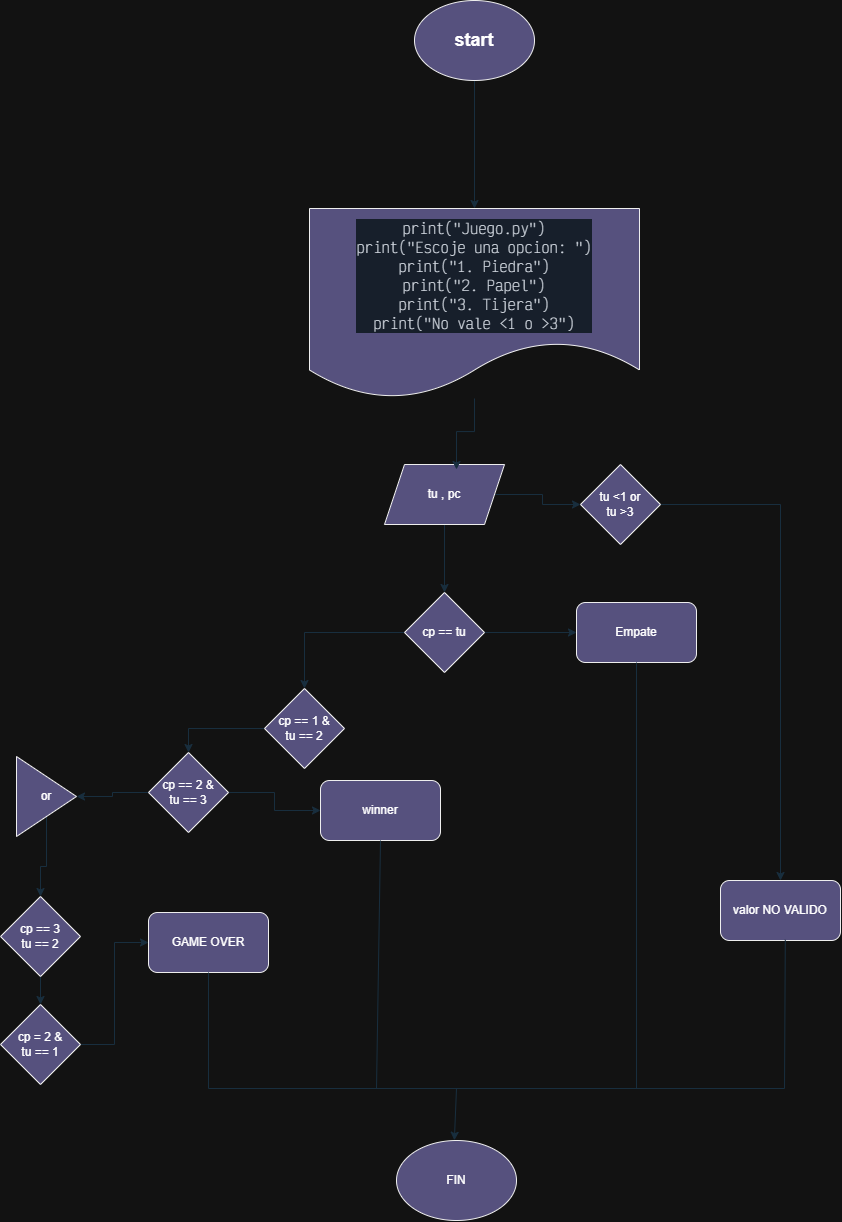
This is diagrama.drawio.png from AlfonzoDebian/Juego-Random, a draw.io export, as it was before one commit. Source tidied: cells renumbered, new cells last; positions are measured from the earlier drawing's top-left corner, leaving out a move shared by most shapes.
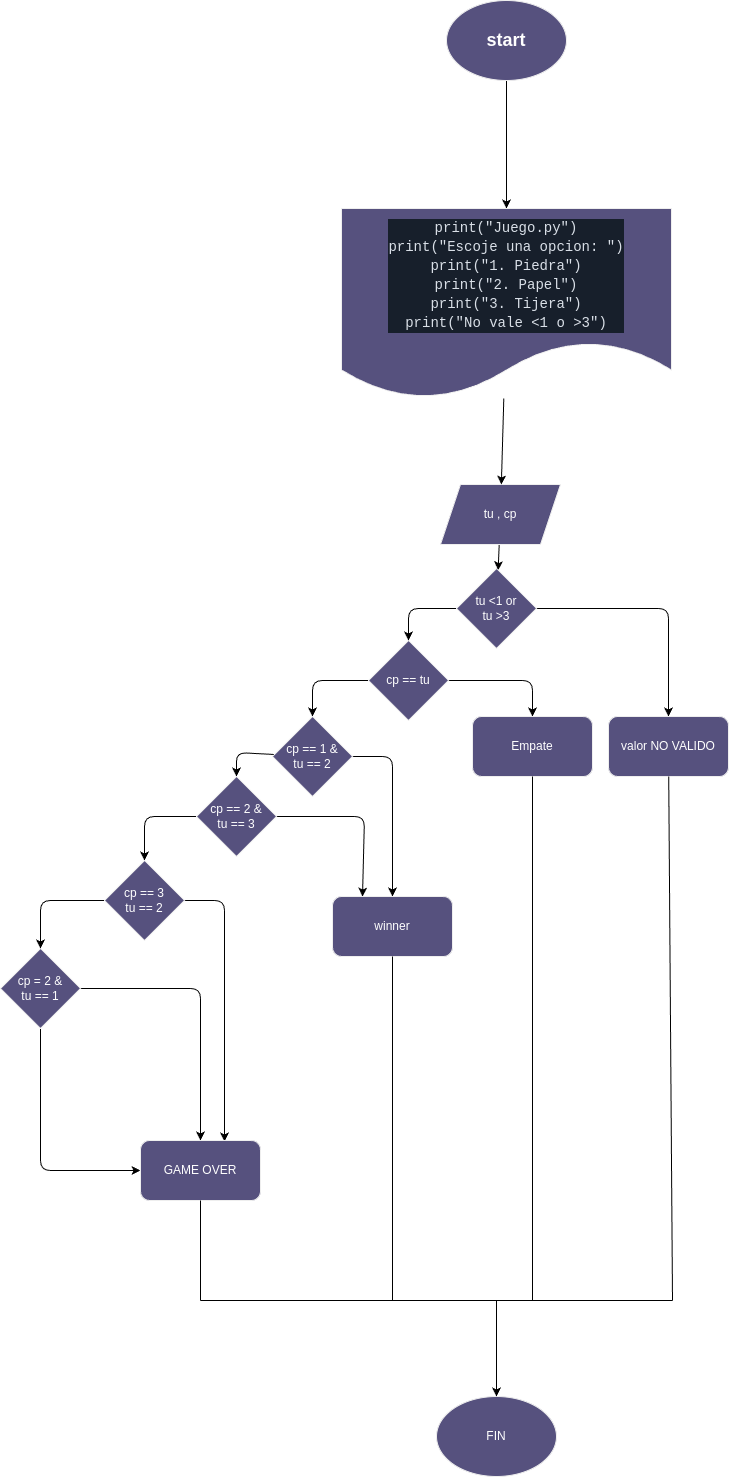
The same file after the commit.

Change to the diagram source:
```diff
@@ -2,126 +2,176 @@
   <root>
     <mxCell id="0" />
     <mxCell id="1" parent="0" />
-    <mxCell id="2" style="edgeStyle=orthogonalEdgeStyle;rounded=0;jettySize=auto;html=1;entryX=0.5;entryY=0;entryDx=0;entryDy=0;labelBackgroundColor=none;strokeColor=#182E3E;fontColor=default;" parent="1" edge="1" source="3" target="7">
+    <mxCell id="2" style="edgeStyle=none;html=1;entryX=0.5;entryY=0;entryDx=0;entryDy=0;" parent="1" edge="1" source="3" target="7">
       <mxGeometry relative="1" as="geometry" />
     </mxCell>
     <mxCell id="3" value="&lt;h2&gt;start&lt;/h2&gt;" style="ellipse;whiteSpace=wrap;html=1;fillColor=#56517E;strokeColor=#EEEEEE;labelBackgroundColor=none;fontColor=#FFFFFF;" parent="1" vertex="1">
       <mxGeometry x="414" width="120" height="80" as="geometry" />
     </mxCell>
-    <mxCell id="4" style="edgeStyle=orthogonalEdgeStyle;rounded=0;jettySize=auto;html=1;labelBackgroundColor=none;strokeColor=#182E3E;fontColor=default;" parent="1" edge="1" source="6" target="11">
-      <mxGeometry relative="1" as="geometry" />
-    </mxCell>
-    <mxCell id="5" style="edgeStyle=orthogonalEdgeStyle;rounded=0;jettySize=auto;html=1;strokeColor=#182E3E;" parent="1" edge="1" source="6" target="33">
+    <mxCell id="5" style="edgeStyle=none;html=1;" parent="1" edge="1" source="6" target="33">
       <mxGeometry relative="1" as="geometry" />
     </mxCell>
-    <mxCell id="6" value="tu , pc" style="shape=parallelogram;perimeter=parallelogramPerimeter;whiteSpace=wrap;html=1;fixedSize=1;fillColor=#56517E;fontColor=#FFFFFF;strokeColor=#EEEEEE;labelBackgroundColor=none;" parent="1" vertex="1">
-      <mxGeometry x="384" y="464" width="120" height="60" as="geometry" />
+    <mxCell id="6" value="tu , cp" style="shape=parallelogram;perimeter=parallelogramPerimeter;whiteSpace=wrap;html=1;fixedSize=1;fillColor=#56517E;fontColor=#FFFFFF;strokeColor=#EEEEEE;labelBackgroundColor=none;" parent="1" vertex="1">
+      <mxGeometry x="408" y="484" width="120" height="60" as="geometry" />
     </mxCell>
+    <mxCell id="8" style="edgeStyle=none;html=1;" parent="1" edge="1" source="7" target="6">
+      <mxGeometry relative="1" as="geometry" />
+    </mxCell>
     <mxCell id="7" value="&lt;div style=&quot;color: rgb(217, 223, 231); background-color: rgb(23, 31, 43); font-family: &amp;quot;Victor Mono Thin&amp;quot;, Consolas, &amp;quot;Courier New&amp;quot;, monospace; font-size: 14px; line-height: 19px; white-space: pre;&quot;&gt;&lt;div&gt;print(&quot;Juego.py&quot;)&lt;/div&gt;&lt;div&gt;print(&quot;Escoje una opcion: &quot;)&lt;/div&gt;&lt;div&gt;print(&quot;1. Piedra&quot;)&lt;/div&gt;&lt;div&gt;print(&quot;2. Papel&quot;)&lt;/div&gt;&lt;div&gt;print(&quot;3. Tijera&quot;)&lt;/div&gt;&lt;div&gt;print(&quot;No vale &amp;lt;1 o &amp;gt;3&quot;)&lt;/div&gt;&lt;/div&gt;" style="shape=document;whiteSpace=wrap;html=1;boundedLbl=1;fillColor=#56517E;strokeColor=#EEEEEE;labelBackgroundColor=none;fontColor=#FFFFFF;" parent="1" vertex="1">
       <mxGeometry x="309" y="208" width="330" height="190" as="geometry" />
     </mxCell>
-    <mxCell id="8" style="edgeStyle=orthogonalEdgeStyle;rounded=0;jettySize=auto;html=1;entryX=0.6;entryY=0.083;entryDx=0;entryDy=0;entryPerimeter=0;labelBackgroundColor=none;strokeColor=#182E3E;fontColor=default;" parent="1" edge="1" source="7" target="6">
-      <mxGeometry relative="1" as="geometry" />
-    </mxCell>
+    <mxCell id="10" style="edgeStyle=none;html=1;entryX=0.5;entryY=0;entryDx=0;entryDy=0;" parent="1" edge="1" source="11" target="15">
+      <mxGeometry relative="1" as="geometry">
+        <Array as="points">
+          <mxPoint x="280" y="680" />
+        </Array>
+      </mxGeometry>
+    </mxCell>
-    <mxCell id="9" style="edgeStyle=orthogonalEdgeStyle;rounded=0;jettySize=auto;html=1;labelBackgroundColor=none;strokeColor=#182E3E;fontColor=default;" parent="1" edge="1" source="11" target="12">
-      <mxGeometry relative="1" as="geometry" />
+    <mxCell id="9" style="edgeStyle=none;html=1;entryX=0.5;entryY=0;entryDx=0;entryDy=0;" parent="1" edge="1" source="11" target="12">
+      <mxGeometry relative="1" as="geometry">
+        <Array as="points">
+          <mxPoint x="500" y="680" />
+        </Array>
+      </mxGeometry>
     </mxCell>
-    <mxCell id="10" style="edgeStyle=orthogonalEdgeStyle;rounded=0;jettySize=auto;html=1;entryX=0.5;entryY=0;entryDx=0;entryDy=0;strokeColor=#182E3E;" parent="1" edge="1" source="11" target="15">
-      <mxGeometry relative="1" as="geometry" />
-    </mxCell>
     <mxCell id="11" value="cp == tu" style="rhombus;whiteSpace=wrap;html=1;labelBackgroundColor=none;fillColor=#56517E;strokeColor=#EEEEEE;fontColor=#FFFFFF;" parent="1" vertex="1">
-      <mxGeometry x="404" y="592" width="80" height="80" as="geometry" />
+      <mxGeometry x="336" y="640" width="80" height="80" as="geometry" />
     </mxCell>
     <mxCell id="12" value="Empate" style="rounded=1;whiteSpace=wrap;html=1;labelBackgroundColor=none;fillColor=#56517E;strokeColor=#EEEEEE;fontColor=#FFFFFF;" parent="1" vertex="1">
-      <mxGeometry x="576" y="602" width="120" height="60" as="geometry" />
+      <mxGeometry x="440" y="716" width="120" height="60" as="geometry" />
     </mxCell>
     <mxCell id="13" value="FIN" style="ellipse;whiteSpace=wrap;html=1;labelBackgroundColor=none;fillColor=#56517E;strokeColor=#EEEEEE;fontColor=#FFFFFF;" parent="1" vertex="1">
-      <mxGeometry x="396" y="1140" width="120" height="80" as="geometry" />
+      <mxGeometry x="404" y="1396" width="120" height="80" as="geometry" />
     </mxCell>
-    <mxCell id="14" style="edgeStyle=orthogonalEdgeStyle;rounded=0;jettySize=auto;html=1;entryX=0.5;entryY=0;entryDx=0;entryDy=0;strokeColor=#182E3E;" parent="1" edge="1" source="15" target="18">
-      <mxGeometry relative="1" as="geometry" />
+    <mxCell id="14" style="edgeStyle=none;html=1;entryX=0.5;entryY=0;entryDx=0;entryDy=0;" parent="1" edge="1" source="15" target="18">
+      <mxGeometry relative="1" as="geometry">
+        <Array as="points">
+          <mxPoint x="204" y="752" />
+        </Array>
+      </mxGeometry>
     </mxCell>
+    <mxCell id="37" style="edgeStyle=none;html=1;entryX=0.5;entryY=0;entryDx=0;entryDy=0;" parent="1" edge="1" source="15" target="19">
+      <mxGeometry relative="1" as="geometry">
+        <Array as="points">
+          <mxPoint x="360" y="756" />
+        </Array>
+      </mxGeometry>
+    </mxCell>
     <mxCell id="15" value="cp == 1 &amp;amp;&lt;div&gt;tu == 2&lt;/div&gt;" style="rhombus;whiteSpace=wrap;html=1;strokeColor=#EEEEEE;fontColor=#FFFFFF;fillColor=#56517E;" parent="1" vertex="1">
-      <mxGeometry x="264" y="688" width="80" height="80" as="geometry" />
+      <mxGeometry x="240" y="716" width="80" height="80" as="geometry" />
     </mxCell>
+    <mxCell id="38" style="edgeStyle=none;html=1;entryX=0.5;entryY=0;entryDx=0;entryDy=0;" parent="1" edge="1" source="18" target="23">
+      <mxGeometry relative="1" as="geometry">
+        <Array as="points">
+          <mxPoint x="112" y="816" />
+        </Array>
+      </mxGeometry>
+    </mxCell>
-    <mxCell id="16" style="edgeStyle=orthogonalEdgeStyle;rounded=0;jettySize=auto;html=1;entryX=0;entryY=0.5;entryDx=0;entryDy=0;strokeColor=#182E3E;" parent="1" edge="1" source="18" target="19">
-      <mxGeometry relative="1" as="geometry" />
+    <mxCell id="16" style="edgeStyle=none;html=1;entryX=0.25;entryY=0;entryDx=0;entryDy=0;" parent="1" edge="1" source="18" target="19">
+      <mxGeometry relative="1" as="geometry">
+        <Array as="points">
+          <mxPoint x="332" y="816" />
+        </Array>
+      </mxGeometry>
     </mxCell>
-    <mxCell id="17" style="edgeStyle=orthogonalEdgeStyle;rounded=0;jettySize=auto;html=1;strokeColor=#182E3E;" parent="1" edge="1" source="18" target="25">
-      <mxGeometry relative="1" as="geometry" />
-    </mxCell>
     <mxCell id="18" value="cp == 2 &amp;amp;&lt;div&gt;tu == 3&lt;/div&gt;" style="rhombus;whiteSpace=wrap;html=1;strokeColor=#EEEEEE;fontColor=#FFFFFF;fillColor=#56517E;" parent="1" vertex="1">
-      <mxGeometry x="148" y="752" width="80" height="80" as="geometry" />
+      <mxGeometry x="164" y="776" width="80" height="80" as="geometry" />
     </mxCell>
     <mxCell id="19" value="winner" style="rounded=1;whiteSpace=wrap;html=1;strokeColor=#EEEEEE;fontColor=#FFFFFF;fillColor=#56517E;" parent="1" vertex="1">
-      <mxGeometry x="320" y="780" width="120" height="60" as="geometry" />
+      <mxGeometry x="300" y="896" width="120" height="60" as="geometry" />
     </mxCell>
-    <mxCell id="20" style="edgeStyle=orthogonalEdgeStyle;rounded=0;jettySize=auto;html=1;entryX=0;entryY=0.5;entryDx=0;entryDy=0;strokeColor=#182E3E;" parent="1" edge="1" source="21" target="26">
-      <mxGeometry relative="1" as="geometry" />
-    </mxCell>
+    <mxCell id="39" style="edgeStyle=none;html=1;entryX=0.5;entryY=0;entryDx=0;entryDy=0;" parent="1" edge="1" source="21" target="26">
+      <mxGeometry relative="1" as="geometry">
+        <Array as="points">
+          <mxPoint x="168" y="988" />
+        </Array>
+      </mxGeometry>
+    </mxCell>
+    <mxCell id="40" style="edgeStyle=none;html=1;entryX=0;entryY=0.5;entryDx=0;entryDy=0;" parent="1" edge="1" source="21" target="26">
+      <mxGeometry relative="1" as="geometry">
+        <Array as="points">
+          <mxPoint x="8" y="1170" />
+        </Array>
+      </mxGeometry>
+    </mxCell>
     <mxCell id="21" value="cp = 2 &amp;amp;&lt;div&gt;tu == 1&lt;/div&gt;" style="rhombus;whiteSpace=wrap;html=1;strokeColor=#EEEEEE;fontColor=#FFFFFF;fillColor=#56517E;" parent="1" vertex="1">
-      <mxGeometry y="1004" width="80" height="80" as="geometry" />
+      <mxGeometry x="-32" y="948" width="80" height="80" as="geometry" />
     </mxCell>
-    <mxCell id="22" style="edgeStyle=orthogonalEdgeStyle;rounded=0;jettySize=auto;html=1;strokeColor=#182E3E;" parent="1" edge="1" source="23" target="21">
-      <mxGeometry relative="1" as="geometry" />
+    <mxCell id="22" style="edgeStyle=none;html=1;entryX=0.5;entryY=0;entryDx=0;entryDy=0;" parent="1" edge="1" source="23" target="21">
+      <mxGeometry relative="1" as="geometry">
+        <Array as="points">
+          <mxPoint x="8" y="900" />
+        </Array>
+      </mxGeometry>
     </mxCell>
+    <mxCell id="41" style="edgeStyle=none;html=1;entryX=0.7;entryY=0.017;entryDx=0;entryDy=0;entryPerimeter=0;" parent="1" edge="1" source="23" target="26">
+      <mxGeometry relative="1" as="geometry">
+        <Array as="points">
+          <mxPoint x="192" y="900" />
+        </Array>
+      </mxGeometry>
+    </mxCell>
     <mxCell id="23" value="cp == 3&lt;div&gt;tu == 2&lt;/div&gt;" style="rhombus;whiteSpace=wrap;html=1;strokeColor=#EEEEEE;fontColor=#FFFFFF;fillColor=#56517E;" parent="1" vertex="1">
-      <mxGeometry y="896" width="80" height="80" as="geometry" />
+      <mxGeometry x="72" y="860" width="80" height="80" as="geometry" />
     </mxCell>
-    <mxCell id="24" style="edgeStyle=orthogonalEdgeStyle;rounded=0;jettySize=auto;html=1;entryX=0.5;entryY=0;entryDx=0;entryDy=0;strokeColor=#182E3E;" parent="1" edge="1" source="25" target="23">
-      <mxGeometry relative="1" as="geometry" />
-    </mxCell>
-    <mxCell id="25" value="or" style="triangle;whiteSpace=wrap;html=1;strokeColor=#EEEEEE;fontColor=#FFFFFF;fillColor=#56517E;" parent="1" vertex="1">
-      <mxGeometry x="16" y="756" width="60" height="80" as="geometry" />
-    </mxCell>
     <mxCell id="26" value="GAME OVER" style="rounded=1;whiteSpace=wrap;html=1;strokeColor=#EEEEEE;fontColor=#FFFFFF;fillColor=#56517E;" parent="1" vertex="1">
-      <mxGeometry x="148" y="912" width="120" height="60" as="geometry" />
+      <mxGeometry x="108" y="1140" width="120" height="60" as="geometry" />
     </mxCell>
-    <mxCell id="27" style="endArrow=none;html=1;rounded=0;strokeColor=#182E3E;entryX=0.5;entryY=1;entryDx=0;entryDy=0;" parent="1" edge="1" target="26">
-      <mxGeometry relative="1" as="geometry">
-        <mxPoint x="208" y="1088" as="sourcePoint" />
-      </mxGeometry>
-    </mxCell>
-    <mxCell id="28" style="endArrow=none;html=1;rounded=0;strokeColor=#182E3E;entryX=0.5;entryY=1;entryDx=0;entryDy=0;" parent="1" edge="1" target="12">
-      <mxGeometry relative="1" as="geometry">
-        <mxPoint x="636" y="1088" as="sourcePoint" />
-      </mxGeometry>
-    </mxCell>
-    <mxCell id="29" style="endArrow=none;html=1;rounded=0;strokeColor=#182E3E;entryX=0.5;entryY=1;entryDx=0;entryDy=0;" parent="1" edge="1" target="19">
-      <mxGeometry relative="1" as="geometry">
-        <mxPoint x="376" y="1088" as="sourcePoint" />
-      </mxGeometry>
-    </mxCell>
-    <mxCell id="30" style="endArrow=none;html=1;rounded=0;strokeColor=#182E3E;" parent="1" edge="1">
-      <mxGeometry relative="1" as="geometry">
-        <mxPoint x="208" y="1088" as="sourcePoint" />
-        <mxPoint x="636" y="1088" as="targetPoint" />
-      </mxGeometry>
-    </mxCell>
-    <mxCell id="31" style="endArrow=classic;html=1;rounded=0;strokeColor=#182E3E;entryX=0.482;entryY=-0.003;entryDx=0;entryDy=0;entryPerimeter=0;" parent="1" edge="1" target="13">
-      <mxGeometry relative="1" as="geometry">
-        <mxPoint x="456" y="1088" as="sourcePoint" />
-      </mxGeometry>
-    </mxCell>
+    <mxCell id="42" style="edgeStyle=none;html=1;entryX=0.5;entryY=0;entryDx=0;entryDy=0;" parent="1" edge="1" source="33" target="11">
+      <mxGeometry relative="1" as="geometry">
+        <Array as="points">
+          <mxPoint x="376" y="608" />
+        </Array>
+      </mxGeometry>
+    </mxCell>
-    <mxCell id="32" style="edgeStyle=orthogonalEdgeStyle;rounded=0;jettySize=auto;html=1;entryX=0.5;entryY=0;entryDx=0;entryDy=0;strokeColor=#182E3E;" parent="1" edge="1" source="33" target="34">
-      <mxGeometry relative="1" as="geometry" />
+    <mxCell id="32" style="edgeStyle=none;html=1;entryX=0.5;entryY=0;entryDx=0;entryDy=0;" parent="1" edge="1" source="33" target="34">
+      <mxGeometry relative="1" as="geometry">
+        <Array as="points">
+          <mxPoint x="636" y="608" />
+        </Array>
+      </mxGeometry>
     </mxCell>
     <mxCell id="33" value="tu &amp;lt;1 or&lt;div&gt;tu &amp;gt;3&lt;/div&gt;" style="rhombus;whiteSpace=wrap;html=1;strokeColor=#EEEEEE;fontColor=#FFFFFF;fillColor=#56517E;" parent="1" vertex="1">
-      <mxGeometry x="580" y="464" width="80" height="80" as="geometry" />
+      <mxGeometry x="424" y="568" width="80" height="80" as="geometry" />
     </mxCell>
     <mxCell id="34" value="valor NO VALIDO" style="rounded=1;whiteSpace=wrap;html=1;strokeColor=#EEEEEE;fontColor=#FFFFFF;fillColor=#56517E;" parent="1" vertex="1">
-      <mxGeometry x="720" y="880" width="120" height="60" as="geometry" />
+      <mxGeometry x="576" y="716" width="120" height="60" as="geometry" />
     </mxCell>
-    <mxCell id="35" style="endArrow=none;html=1;rounded=0;strokeColor=#182E3E;" parent="1" edge="1">
-      <mxGeometry relative="1" as="geometry">
-        <mxPoint x="632" y="1088" as="sourcePoint" />
-        <mxPoint x="784" y="1088" as="targetPoint" />
-      </mxGeometry>
-    </mxCell>
-    <mxCell id="36" style="endArrow=none;html=1;rounded=0;strokeColor=#182E3E;entryX=0.54;entryY=0.987;entryDx=0;entryDy=0;entryPerimeter=0;" parent="1" edge="1" target="34">
-      <mxGeometry relative="1" as="geometry">
-        <mxPoint x="784" y="1088" as="sourcePoint" />
-      </mxGeometry>
-    </mxCell>
+    <mxCell id="43" style="endArrow=none;html=1;" parent="1" edge="1">
+      <mxGeometry relative="1" as="geometry">
+        <mxPoint x="168" y="1300" as="sourcePoint" />
+        <mxPoint x="640" y="1300" as="targetPoint" />
+      </mxGeometry>
+    </mxCell>
+    <mxCell id="44" style="endArrow=none;html=1;" parent="1" edge="1" target="34">
+      <mxGeometry relative="1" as="geometry">
+        <mxPoint x="640" y="1300" as="sourcePoint" />
+      </mxGeometry>
+    </mxCell>
+    <mxCell id="45" style="endArrow=none;html=1;entryX=0.5;entryY=1;entryDx=0;entryDy=0;" parent="1" edge="1" target="26">
+      <mxGeometry relative="1" as="geometry">
+        <mxPoint x="168" y="1300" as="sourcePoint" />
+      </mxGeometry>
+    </mxCell>
+    <mxCell id="46" style="endArrow=none;html=1;entryX=0.5;entryY=1;entryDx=0;entryDy=0;" parent="1" edge="1" target="12">
+      <mxGeometry relative="1" as="geometry">
+        <mxPoint x="500" y="1296" as="sourcePoint" />
+      </mxGeometry>
+    </mxCell>
+    <mxCell id="47" style="endArrow=none;html=1;entryX=0.5;entryY=1;entryDx=0;entryDy=0;" parent="1" edge="1" target="12">
+      <mxGeometry relative="1" as="geometry">
+        <mxPoint x="500" y="1300" as="sourcePoint" />
+      </mxGeometry>
+    </mxCell>
+    <mxCell id="48" style="endArrow=none;html=1;entryX=0.5;entryY=1;entryDx=0;entryDy=0;" parent="1" edge="1" target="19">
+      <mxGeometry relative="1" as="geometry">
+        <mxPoint x="360" y="1300" as="sourcePoint" />
+      </mxGeometry>
+    </mxCell>
+    <mxCell id="49" style="endArrow=classic;html=1;entryX=0.5;entryY=0;entryDx=0;entryDy=0;" parent="1" edge="1" target="13">
+      <mxGeometry relative="1" as="geometry">
+        <mxPoint x="464" y="1300" as="sourcePoint" />
+      </mxGeometry>
+    </mxCell>
   </root>
 </mxGraphModel>
```
